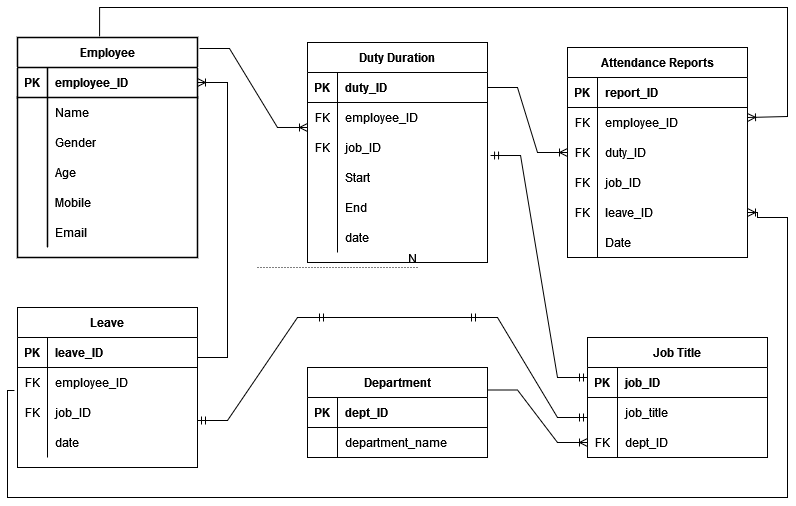
Jaskaran11/Training keeps this draw.io diagram as postgresql/ER Diagram of AMS.drawio.png. Above is the earlier version. Source tidied: cells renumbered, new cells last; positions are measured from the earlier drawing's top-left corner, leaving out a move shared by most shapes.
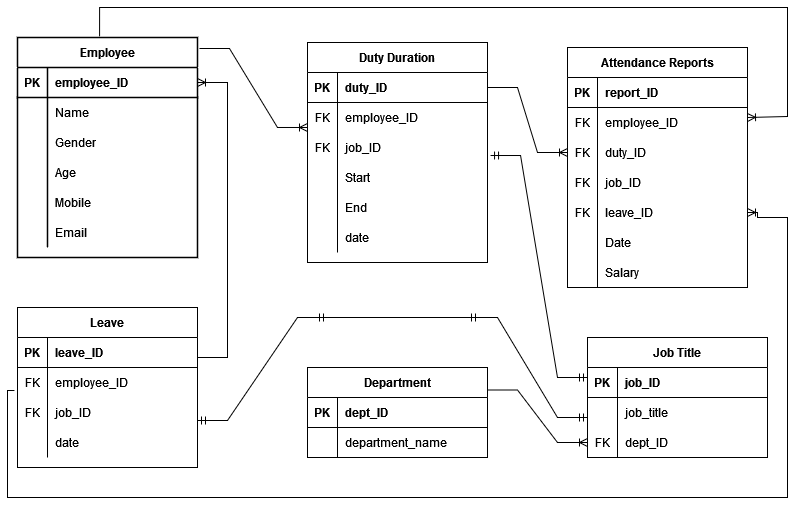
After the change.

Commit message:
Made changes in ER Diagram

Change to the diagram source:
```diff
@@ -120,7 +120,7 @@
       <mxGeometry relative="1" as="geometry" />
     </mxCell>
     <mxCell id="41" value="Attendance Reports" style="shape=table;startSize=30;rowLines=0;fontStyle=1;align=center;shadow=0;strokeColor=default;strokeWidth=1;fillColor=default;gradientColor=none;" parent="1" vertex="1">
-      <mxGeometry x="560" y="40" width="180" height="210" as="geometry" />
+      <mxGeometry x="560" y="40" width="180" height="240" as="geometry" />
     </mxCell>
     <mxCell id="42" style="shape=tableRow;horizontal=0;startSize=0;swimlaneHead=0;swimlaneBody=0;fillColor=none;top=0;left=0;right=0;bottom=1;shadow=0;strokeColor=default;strokeWidth=1;" parent="41" vertex="1">
       <mxGeometry y="30" width="180" height="30" as="geometry" />
@@ -176,6 +176,15 @@
     <mxCell id="59" value="Date" style="shape=partialRectangle;fillColor=none;top=0;left=0;bottom=0;right=0;align=left;spacingLeft=6;overflow=hidden;shadow=0;strokeColor=default;strokeWidth=1;" parent="57" vertex="1">
       <mxGeometry x="30" width="150" height="30" as="geometry" />
     </mxCell>
+    <mxCell id="101" style="shape=tableRow;horizontal=0;startSize=0;swimlaneHead=0;swimlaneBody=0;fillColor=none;top=0;left=0;right=0;bottom=0;shadow=0;strokeColor=default;strokeWidth=1;" parent="41" vertex="1">
+      <mxGeometry y="210" width="180" height="30" as="geometry" />
+    </mxCell>
+    <mxCell id="102" style="shape=partialRectangle;fillColor=none;top=0;left=0;bottom=0;right=0;overflow=hidden;shadow=0;strokeColor=default;strokeWidth=1;" parent="101" vertex="1">
+      <mxGeometry width="30" height="30" as="geometry" />
+    </mxCell>
+    <mxCell id="103" value="Salary" style="shape=partialRectangle;fillColor=none;top=0;left=0;bottom=0;right=0;align=left;spacingLeft=6;overflow=hidden;shadow=0;strokeColor=default;strokeWidth=1;" parent="101" vertex="1">
+      <mxGeometry x="30" width="150" height="30" as="geometry" />
+    </mxCell>
     <mxCell id="60" value="Department" style="shape=table;startSize=30;rowLines=0;fontStyle=1;align=center;shadow=0;strokeColor=default;strokeWidth=1;fillColor=default;gradientColor=none;" parent="1" vertex="1">
       <mxGeometry x="300" y="360" width="180" height="90" as="geometry" />
     </mxCell>
@@ -294,15 +303,6 @@
         <mxPoint x="580" y="370" as="targetPoint" />
       </mxGeometry>
     </mxCell>
-    <mxCell id="95" style="endArrow=none;html=1;rounded=0;dashed=1;dashPattern=1 2;" parent="1" edge="1">
-      <mxGeometry relative="1" as="geometry">
-        <mxPoint x="250" y="260" as="sourcePoint" />
-        <mxPoint x="410" y="260" as="targetPoint" />
-      </mxGeometry>
-    </mxCell>
-    <mxCell id="96" value="N" style="html=1;align=right;verticalAlign=bottom;shadow=0;strokeColor=default;strokeWidth=1;fillColor=default;gradientColor=none;" parent="95" vertex="1">
-      <mxGeometry x="1" relative="1" as="geometry" />
-    </mxCell>
     <mxCell id="97" style="edgeStyle=entityRelationEdgeStyle;fontSize=12;html=1;endArrow=ERoneToMany;rounded=0;entryX=0;entryY=0.5;entryDx=0;entryDy=0;exitX=1;exitY=0.25;exitDx=0;exitDy=0;" parent="1" edge="1" source="60" target="74">
       <mxGeometry relative="1" as="geometry" />
     </mxCell>
```
